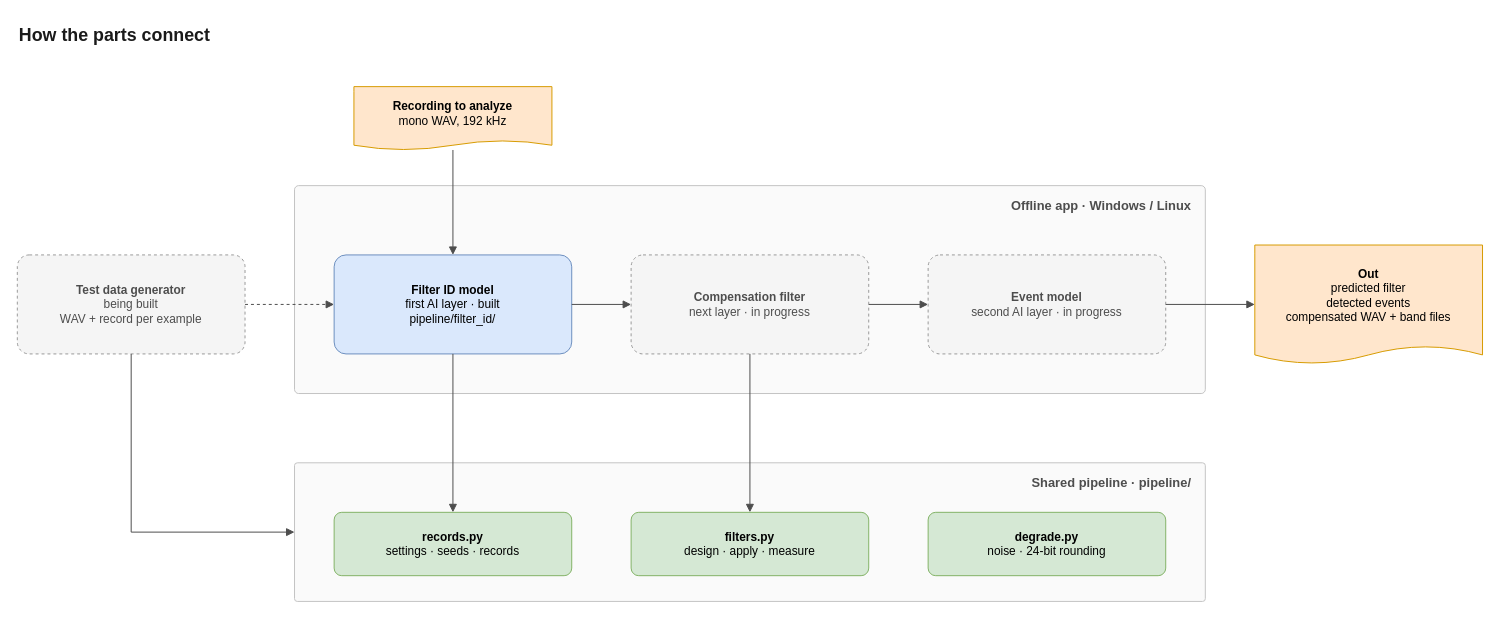
Dialovos/fpga-audio-source-classifier keeps this draw.io diagram as page "2 · How the parts connect" (2 of 4) of docs/code-map/filter-id-code-map.drawio. Above is the earlier version. Source tidied: cells renumbered, new cells numbered last; positions are measured from the earlier drawing's top-left corner, leaving out a move shared by most shapes. Both pictures are drawn from the tidied source at 99%, with x=0, y=0 at pixel (17, 17).
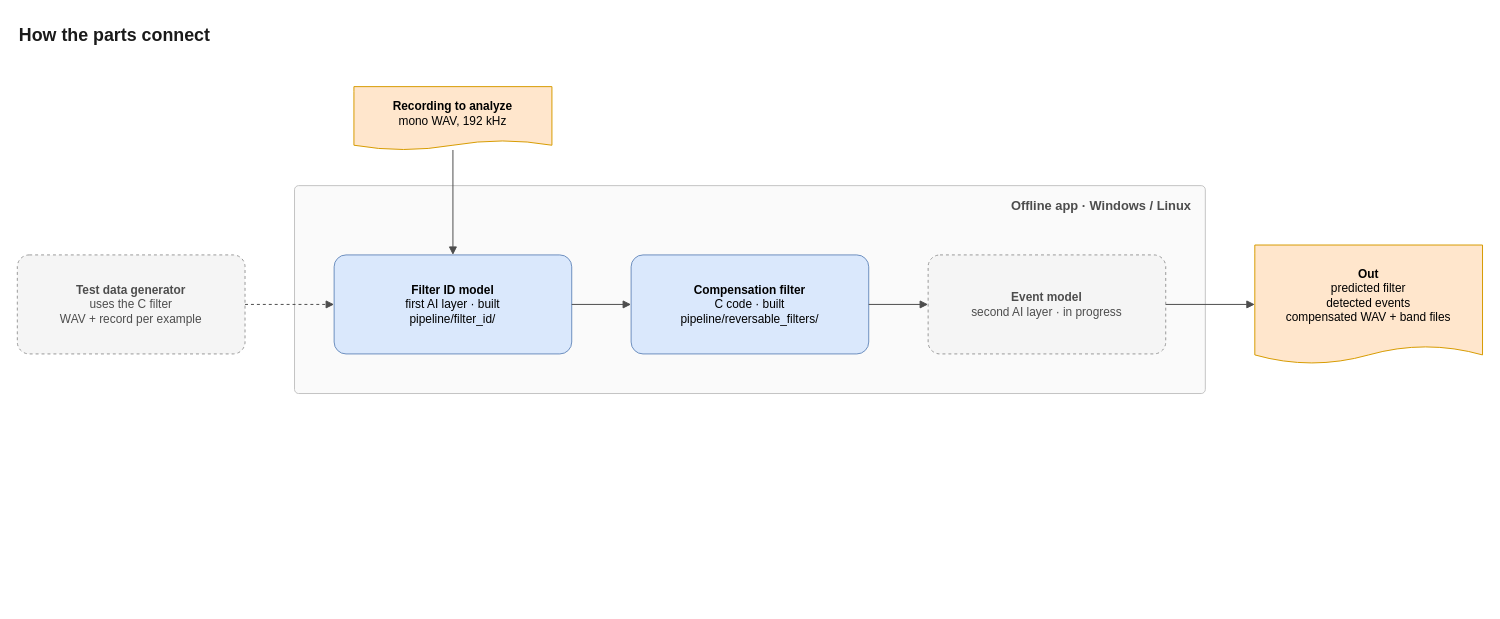
Above is the later version.

Unchanged cells that the change refers to:
```xml
<mxCell id="7" value="&lt;b&gt;Filter ID model&lt;/b&gt;&lt;br&gt;first AI layer  ·  built&lt;br&gt;pipeline/filter_id/" style="rounded=1;arcSize=12;whiteSpace=wrap;html=1;fontSize=12;fillColor=#dae8fc;strokeColor=#6c8ebf;" parent="1" vertex="1">
  <mxGeometry x="320" y="240" width="240" height="100" as="geometry" />
</mxCell>
```

The edit, as a diff of the source:
```diff
@@
-    <mxCell id="4" value="Shared pipeline  ·  pipeline/" style="rounded=1;arcSize=2;whiteSpace=wrap;html=1;fillColor=#fafafa;strokeColor=#c4c4c4;verticalAlign=top;align=right;spacingRight=12;spacingTop=6;fontStyle=1;fontSize=13;fontColor=#4d4d4d;" parent="1" vertex="1">
-      <mxGeometry x="280" y="450" width="920" height="140" as="geometry" />
-    </mxCell>
@@
-    <mxCell id="6" value="&lt;b&gt;Test data generator&lt;/b&gt;&lt;br&gt;being built&lt;br&gt;WAV + record per example" style="rounded=1;arcSize=12;whiteSpace=wrap;html=1;fontSize=12;fillColor=#f5f5f5;strokeColor=#999999;dashed=1;fontColor=#4d4d4d;" parent="1" vertex="1">
+    <mxCell id="6" value="&lt;b&gt;Test data generator&lt;/b&gt;&lt;br&gt;uses the C filter&lt;br&gt;WAV + record per example" style="rounded=1;arcSize=12;whiteSpace=wrap;html=1;fontSize=12;fillColor=#f5f5f5;strokeColor=#999999;dashed=1;fontColor=#4d4d4d;" parent="1" vertex="1">
       <mxGeometry y="240" width="230" height="100" as="geometry" />
     </mxCell>
@@
-    <mxCell id="8" value="&lt;b&gt;Compensation filter&lt;/b&gt;&lt;br&gt;next layer  ·  in progress" style="rounded=1;arcSize=12;whiteSpace=wrap;html=1;fontSize=12;fillColor=#f5f5f5;strokeColor=#999999;dashed=1;fontColor=#4d4d4d;" parent="1" vertex="1">
+    <mxCell id="8" value="&lt;b&gt;Compensation filter&lt;/b&gt;&lt;br&gt;C code  ·  built&lt;br&gt;pipeline/reversable_filters/" style="rounded=1;arcSize=12;whiteSpace=wrap;html=1;fontSize=12;fillColor=#dae8fc;strokeColor=#6c8ebf;" parent="1" vertex="1">
       <mxGeometry x="620" y="240" width="240" height="100" as="geometry" />
     </mxCell>
@@
-    <mxCell id="11" value="&lt;b&gt;records.py&lt;/b&gt;&lt;br&gt;settings · seeds · records" style="rounded=1;arcSize=12;whiteSpace=wrap;html=1;fontSize=12;fillColor=#d5e8d4;strokeColor=#82b366;" parent="1" vertex="1">
-      <mxGeometry x="320" y="500" width="240" height="64" as="geometry" />
-    </mxCell>
-    <mxCell id="12" value="&lt;b&gt;filters.py&lt;/b&gt;&lt;br&gt;design · apply · measure" style="rounded=1;arcSize=12;whiteSpace=wrap;html=1;fontSize=12;fillColor=#d5e8d4;strokeColor=#82b366;" parent="1" vertex="1">
-      <mxGeometry x="620" y="500" width="240" height="64" as="geometry" />
-    </mxCell>
-    <mxCell id="13" value="&lt;b&gt;degrade.py&lt;/b&gt;&lt;br&gt;noise · 24-bit rounding" style="rounded=1;arcSize=12;whiteSpace=wrap;html=1;fontSize=12;fillColor=#d5e8d4;strokeColor=#82b366;" parent="1" vertex="1">
-      <mxGeometry x="920" y="500" width="240" height="64" as="geometry" />
-    </mxCell>
@@
-    <mxCell id="19" style="edgeStyle=orthogonalEdgeStyle;rounded=0;jettySize=auto;html=1;strokeColor=#4d4d4d;fontSize=11;labelBackgroundColor=none;fontStyle=1;endArrow=block;endFill=1;exitX=0.5;exitY=1;exitDx=0;exitDy=0;entryX=0;entryY=0.5;entryDx=0;entryDy=0;" parent="1" edge="1" source="6" target="4">
-      <mxGeometry relative="1" as="geometry" />
-    </mxCell>
-    <mxCell id="20" style="edgeStyle=orthogonalEdgeStyle;rounded=0;jettySize=auto;html=1;strokeColor=#4d4d4d;fontSize=11;labelBackgroundColor=none;fontStyle=1;endArrow=block;endFill=1;exitX=0.5;exitY=1;exitDx=0;exitDy=0;entryX=0.5;entryY=0;entryDx=0;entryDy=0;" parent="1" edge="1" source="7" target="11">
-      <mxGeometry relative="1" as="geometry" />
-    </mxCell>
-    <mxCell id="21" style="edgeStyle=orthogonalEdgeStyle;rounded=0;jettySize=auto;html=1;strokeColor=#4d4d4d;fontSize=11;labelBackgroundColor=none;fontStyle=1;endArrow=block;endFill=1;exitX=0.5;exitY=1;exitDx=0;exitDy=0;entryX=0.5;entryY=0;entryDx=0;entryDy=0;" parent="1" edge="1" source="8" target="12">
-      <mxGeometry relative="1" as="geometry" />
-    </mxCell>
```
